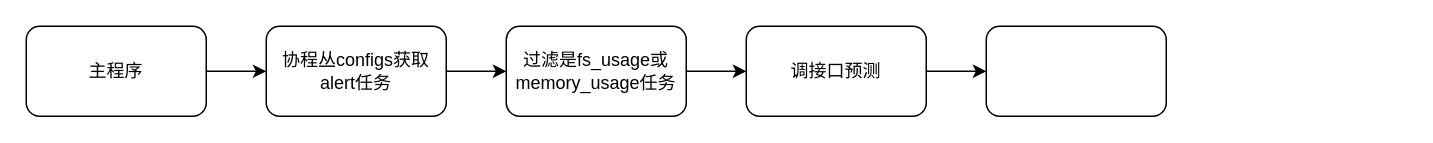
The draw.io diagram predict.drawio in wupei-w/diagrams, before the edit. Source tidied: cells renumbered, new cells numbered last; positions are measured from the earlier drawing's top-left corner, leaving out a move shared by most shapes. Both pictures are drawn from the tidied source at 150%, with x=0, y=0 at pixel (26, 26).
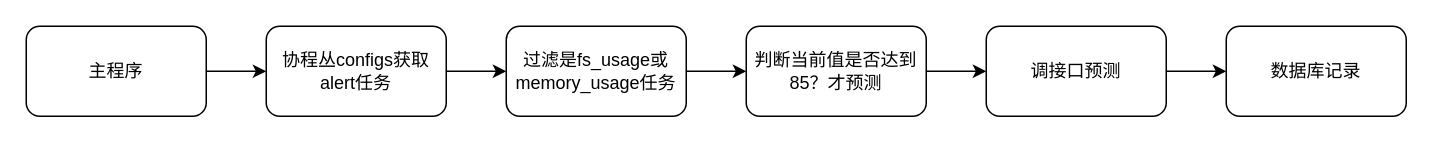
Above is the later version.

Diff of the diagram source:
```diff
@@
 <mxGraphModel>
   <root>
     <mxCell id="0" />
     <mxCell id="1" parent="0" />
     <mxCell id="2" style="edgeStyle=orthogonalEdgeStyle;rounded=0;jettySize=auto;html=1;" parent="1" edge="1" source="3" target="5">
       <mxGeometry relative="1" as="geometry" />
     </mxCell>
     <mxCell id="3" value="主程序" style="rounded=1;whiteSpace=wrap;html=1;" parent="1" vertex="1">
       <mxGeometry width="120" height="60" as="geometry" />
     </mxCell>
     <mxCell id="4" style="edgeStyle=orthogonalEdgeStyle;rounded=0;jettySize=auto;html=1;" parent="1" edge="1" source="5" target="7">
       <mxGeometry relative="1" as="geometry" />
     </mxCell>
     <mxCell id="5" value="协程丛configs获取alert任务" style="rounded=1;whiteSpace=wrap;html=1;" parent="1" vertex="1">
       <mxGeometry x="160" width="120" height="60" as="geometry" />
     </mxCell>
-    <mxCell id="6" style="edgeStyle=orthogonalEdgeStyle;rounded=0;jettySize=auto;html=1;" parent="1" edge="1" source="7" target="9">
-      <mxGeometry relative="1" as="geometry" />
-    </mxCell>
+    <mxCell id="11" style="edgeStyle=orthogonalEdgeStyle;rounded=0;jettySize=auto;html=1;" parent="1" edge="1" source="7" target="13">
+      <mxGeometry relative="1" as="geometry" />
+    </mxCell>
     <mxCell id="7" value="过滤是fs_usage或memory_usage任务" style="whiteSpace=wrap;html=1;rounded=1;" parent="1" vertex="1">
       <mxGeometry x="320" width="120" height="60" as="geometry" />
     </mxCell>
     <mxCell id="8" style="edgeStyle=orthogonalEdgeStyle;rounded=0;jettySize=auto;html=1;" parent="1" edge="1" source="9" target="10">
       <mxGeometry relative="1" as="geometry" />
     </mxCell>
     <mxCell id="9" value="调接口预测" style="rounded=1;whiteSpace=wrap;html=1;" parent="1" vertex="1">
-      <mxGeometry x="480" width="120" height="60" as="geometry" />
+      <mxGeometry x="640" width="120" height="60" as="geometry" />
     </mxCell>
-    <mxCell id="10" style="rounded=1;whiteSpace=wrap;html=1;" parent="1" vertex="1">
-      <mxGeometry x="640" width="120" height="60" as="geometry" />
+    <mxCell id="10" value="数据库记录" style="rounded=1;whiteSpace=wrap;html=1;" parent="1" vertex="1">
+      <mxGeometry x="800" width="120" height="60" as="geometry" />
     </mxCell>
+    <mxCell id="12" style="edgeStyle=orthogonalEdgeStyle;rounded=0;jettySize=auto;html=1;" parent="1" edge="1" source="13" target="9">
+      <mxGeometry relative="1" as="geometry" />
+    </mxCell>
+    <mxCell id="13" value="判断当前值是否达到85？才预测" style="rounded=1;whiteSpace=wrap;html=1;" parent="1" vertex="1">
+      <mxGeometry x="480" width="120" height="60" as="geometry" />
+    </mxCell>
   </root>
 </mxGraphModel>
```
